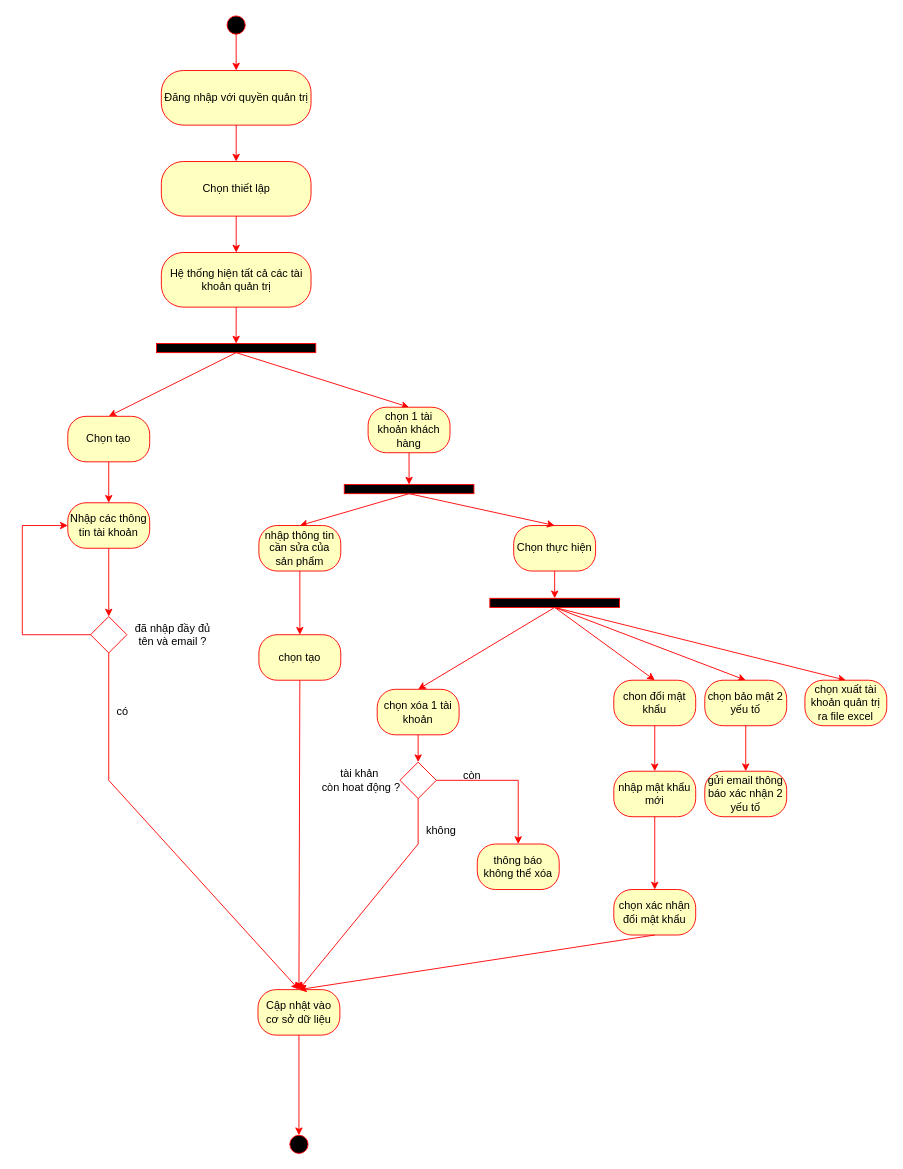
Earlier version of the draw.io diagram Nam3_HK1/CNPM_SoftTech/Activity Diagrams/Quân Huỳnh/AD_QuảnLýTàiKhoảnQuảnTrị.drawio (EdgarIgnite16/SGU-Course). Source tidied: cells renumbered, new cells numbered last; positions are measured from the earlier drawing's top-left corner, leaving out a move shared by most shapes. Both pictures are drawn from the tidied source at 91%, with x=0, y=0 at pixel (22, 15).
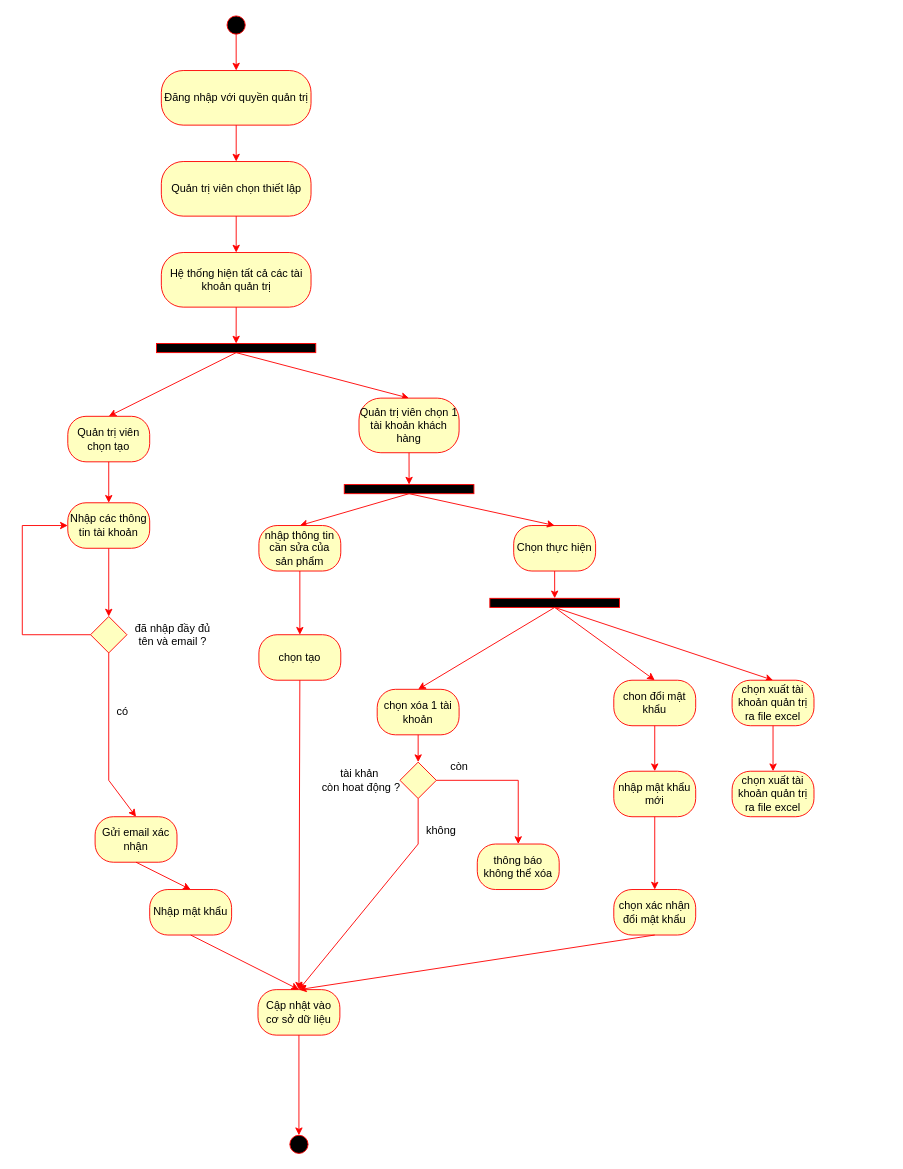
Above is the later version.

The change refers to these unchanged cells:
```xml
<mxCell id="13" value="Cập nhật vào cơ sở dữ liệu" style="rounded=1;whiteSpace=wrap;html=1;arcSize=40;fontColor=#000000;fillColor=#ffffc0;strokeColor=#FF0000;" parent="1" vertex="1">
  <mxGeometry x="259" y="1070" width="90" height="50" as="geometry" />
</mxCell>
<mxCell id="21" style="rounded=0;whiteSpace=wrap;html=1;strokeColor=#FF0000;fontSize=10;fillColor=#000000;" parent="1" vertex="1">
  <mxGeometry x="513.8" y="640" width="142.5" height="10" as="geometry" />
</mxCell>
```

Change to the diagram source:
```diff
@@
-    <mxCell id="6" value="Chọn thiết lập" style="rounded=1;whiteSpace=wrap;html=1;arcSize=40;fontColor=#000000;fillColor=#ffffc0;strokeColor=#FF0000;" parent="1" vertex="1">
+    <mxCell id="6" value="Quản trị viên chọn thiết lập" style="rounded=1;whiteSpace=wrap;html=1;arcSize=40;fontColor=#000000;fillColor=#ffffc0;strokeColor=#FF0000;" parent="1" vertex="1">
       <mxGeometry x="152.8" y="160" width="164.5" height="60" as="geometry" />
     </mxCell>
@@
-    <mxCell id="12" style="endArrow=classic;html=1;rounded=0;strokeColor=#FF0000;fontSize=10;exitX=0.5;exitY=1;exitDx=0;exitDy=0;entryX=0.5;entryY=0;entryDx=0;entryDy=0;" parent="1" edge="1" source="55" target="13">
+    <mxCell id="12" style="endArrow=classic;html=1;rounded=0;strokeColor=#FF0000;fontSize=10;exitX=0.5;exitY=1;exitDx=0;exitDy=0;entryX=0.5;entryY=0;entryDx=0;entryDy=0;" parent="1" edge="1" source="55" target="60">
       <mxGeometry relative="1" as="geometry">
         <Array as="points">
           <mxPoint x="95" y="840" />
         </Array>
       </mxGeometry>
     </mxCell>
@@
     <mxCell id="18" value="chọn xuất tài khoản quản trị ra file excel" style="rounded=1;whiteSpace=wrap;html=1;arcSize=40;fontColor=#000000;fillColor=#ffffc0;strokeColor=#FF0000;" parent="1" vertex="1">
-      <mxGeometry x="860" y="730" width="90" height="50" as="geometry" />
+      <mxGeometry x="780" y="730" width="90" height="50" as="geometry" />
     </mxCell>
@@
-    <mxCell id="23" value="chọn 1 tài khoản khách hàng" style="rounded=1;whiteSpace=wrap;html=1;arcSize=40;fontColor=#000000;fillColor=#ffffc0;strokeColor=#FF0000;" parent="1" vertex="1">
-      <mxGeometry x="380" y="430" width="90" height="50" as="geometry" />
+    <mxCell id="23" value="Quản trị viên chọn 1 tài khoản khách hàng" style="rounded=1;whiteSpace=wrap;html=1;arcSize=40;fontColor=#000000;fillColor=#ffffc0;strokeColor=#FF0000;" parent="1" vertex="1">
+      <mxGeometry x="370" y="420" width="110" height="60" as="geometry" />
     </mxCell>
@@
-    <mxCell id="36" style="endArrow=classic;html=1;rounded=0;strokeColor=#FF0000;exitX=0.5;exitY=1;exitDx=0;exitDy=0;entryX=0.5;entryY=0;entryDx=0;entryDy=0;" parent="1" edge="1" source="21" target="37">
-      <mxGeometry relative="1" as="geometry" />
-    </mxCell>
-    <mxCell id="37" value="chọn bảo mật 2 yếu tố" style="rounded=1;whiteSpace=wrap;html=1;arcSize=40;fontColor=#000000;fillColor=#ffffc0;strokeColor=#FF0000;" parent="1" vertex="1">
-      <mxGeometry x="750" y="730" width="90" height="50" as="geometry" />
-    </mxCell>
-    <mxCell id="38" style="rhombus;whiteSpace=wrap;html=1;strokeColor=#FF0000;" parent="1" vertex="1">
+    <mxCell id="38" style="rhombus;whiteSpace=wrap;html=1;strokeColor=#FF0000;fillColor=#FFFFC0;" parent="1" vertex="1">
       <mxGeometry x="415" y="820" width="40" height="40" as="geometry" />
     </mxCell>
@@
     <mxCell id="43" value="còn" style="text;html=1;align=center;verticalAlign=middle;strokeColor=none;fillColor=none;" parent="1" vertex="1">
-      <mxGeometry x="473.8" y="820" width="40" height="30" as="geometry" />
+      <mxGeometry x="460" y="810" width="40" height="30" as="geometry" />
     </mxCell>
@@
-    <mxCell id="49" value="gửi email thông báo xác nhận 2 yếu tố" style="rounded=1;whiteSpace=wrap;html=1;arcSize=40;fontColor=#000000;fillColor=#ffffc0;strokeColor=#FF0000;" parent="1" vertex="1">
-      <mxGeometry x="750" y="830" width="90" height="50" as="geometry" />
-    </mxCell>
-    <mxCell id="50" style="endArrow=classic;html=1;rounded=0;strokeColor=#FF0000;exitX=0.5;exitY=1;exitDx=0;exitDy=0;entryX=0.5;entryY=0;entryDx=0;entryDy=0;" parent="1" edge="1" source="37" target="49">
-      <mxGeometry relative="1" as="geometry" />
-    </mxCell>
-    <mxCell id="51" value="Chọn tạo" style="rounded=1;whiteSpace=wrap;html=1;arcSize=40;fontColor=#000000;fillColor=#ffffc0;strokeColor=#FF0000;" parent="1" vertex="1">
+    <mxCell id="51" value="Quản trị viên chọn tạo" style="rounded=1;whiteSpace=wrap;html=1;arcSize=40;fontColor=#000000;fillColor=#ffffc0;strokeColor=#FF0000;" parent="1" vertex="1">
       <mxGeometry x="50" y="440" width="90" height="50" as="geometry" />
     </mxCell>
@@
-    <mxCell id="55" style="rhombus;whiteSpace=wrap;html=1;strokeColor=#FF0000;" parent="1" vertex="1">
+    <mxCell id="55" style="rhombus;whiteSpace=wrap;html=1;strokeColor=#FF0000;fillColor=#FFFFC0;" parent="1" vertex="1">
       <mxGeometry x="75" y="660" width="40" height="40" as="geometry" />
     </mxCell>
@@
+    <mxCell id="60" value="Gửi email xác nhận" style="rounded=1;whiteSpace=wrap;html=1;arcSize=40;fontColor=#000000;fillColor=#ffffc0;strokeColor=#FF0000;" parent="1" vertex="1">
+      <mxGeometry x="80" y="880" width="90" height="50" as="geometry" />
+    </mxCell>
+    <mxCell id="61" style="endArrow=classic;html=1;rounded=0;entryX=0.5;entryY=0;entryDx=0;entryDy=0;strokeColor=#FF0000;exitX=0.5;exitY=1;exitDx=0;exitDy=0;" parent="1" edge="1" source="60" target="62">
+      <mxGeometry relative="1" as="geometry" />
+    </mxCell>
+    <mxCell id="62" value="Nhập mật khẩu" style="rounded=1;whiteSpace=wrap;html=1;arcSize=40;fontColor=#000000;fillColor=#ffffc0;strokeColor=#FF0000;" parent="1" vertex="1">
+      <mxGeometry x="140" y="960" width="90" height="50" as="geometry" />
+    </mxCell>
+    <mxCell id="63" style="endArrow=classic;html=1;rounded=0;strokeColor=#FF0000;exitX=0.5;exitY=1;exitDx=0;exitDy=0;entryX=0.5;entryY=0;entryDx=0;entryDy=0;" parent="1" edge="1" source="62" target="13">
+      <mxGeometry relative="1" as="geometry" />
+    </mxCell>
+    <mxCell id="64" style="endArrow=classic;html=1;rounded=0;exitX=0.5;exitY=1;exitDx=0;exitDy=0;entryX=0.5;entryY=0;entryDx=0;entryDy=0;strokeColor=#FF0000;" parent="1" edge="1" source="18" target="65">
+      <mxGeometry relative="1" as="geometry" />
+    </mxCell>
+    <mxCell id="65" value="chọn xuất tài khoản quản trị ra file excel" style="rounded=1;whiteSpace=wrap;html=1;arcSize=40;fontColor=#000000;fillColor=#ffffc0;strokeColor=#FF0000;" parent="1" vertex="1">
+      <mxGeometry x="780" y="830" width="90" height="50" as="geometry" />
+    </mxCell>
```
